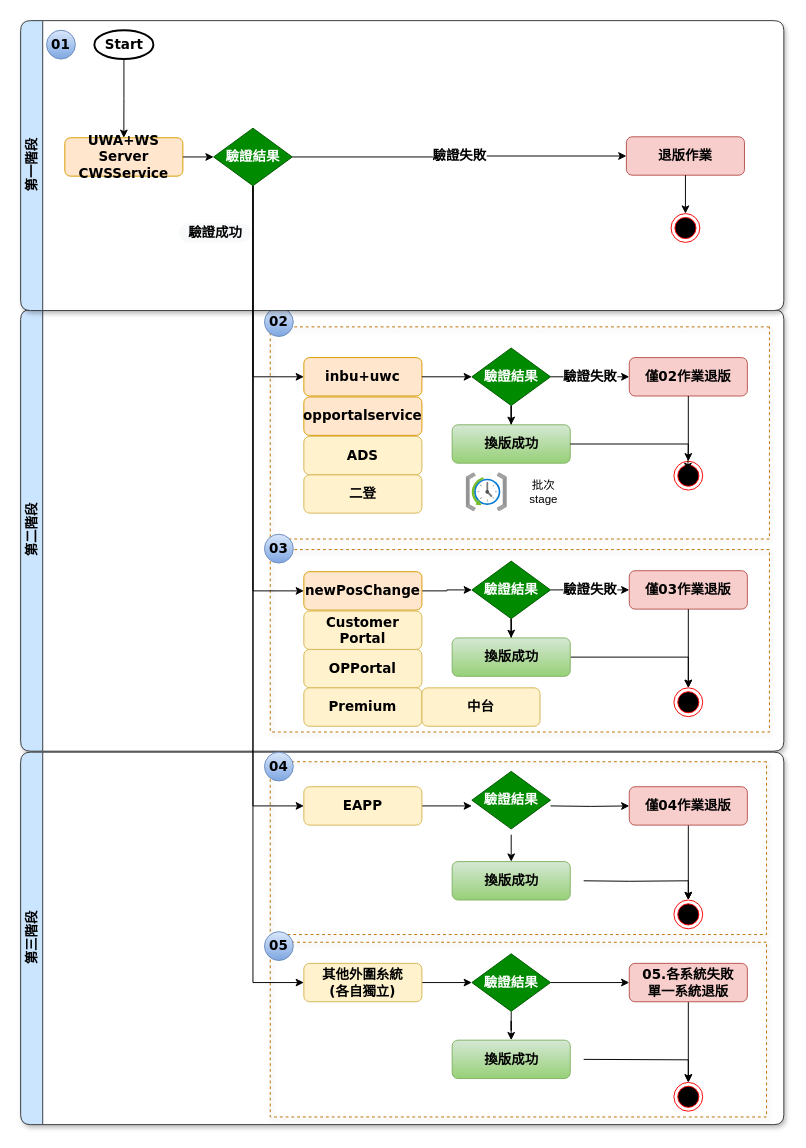
Before: 未命名绘图.drawio in chenegg/chenegg.github.io, a draw.io diagram. Source tidied: cells renumbered, new cells numbered last; positions are measured from the earlier drawing's top-left corner, leaving out a move shared by most shapes. Both pictures are drawn from the tidied source at 96%, with x=0, y=0 at pixel (20, 20).
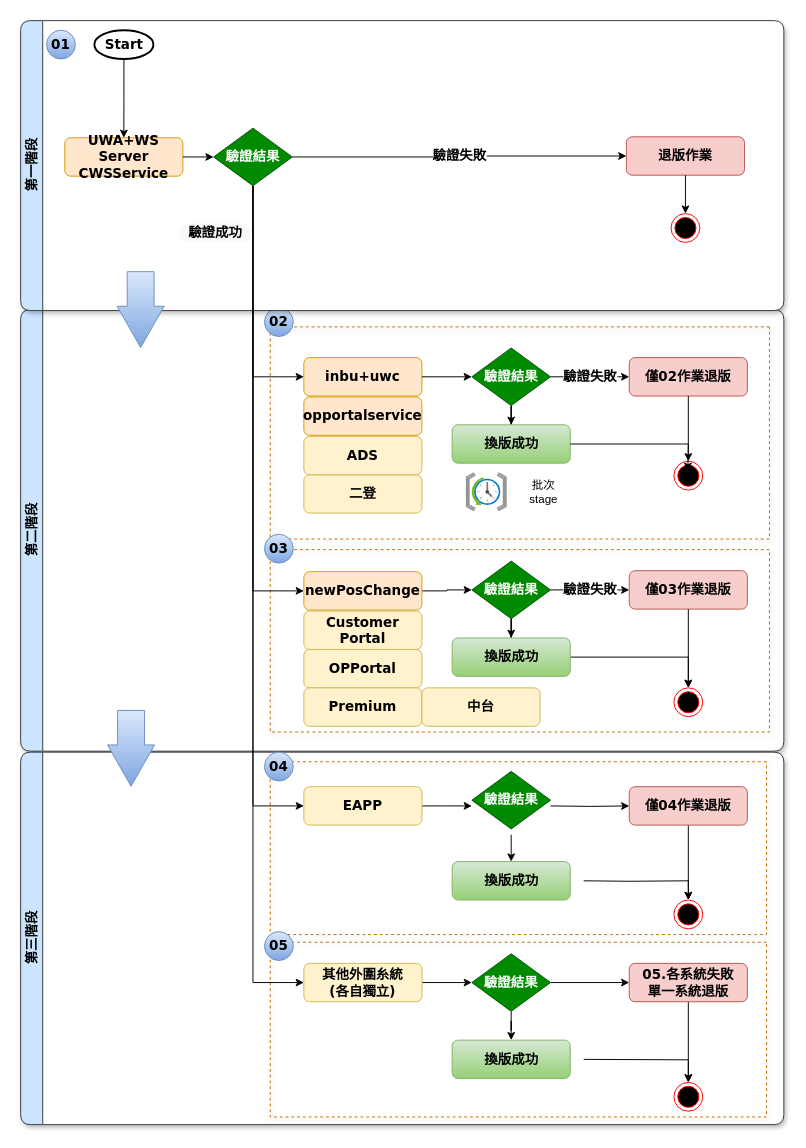
The same diagram, later.

Commit message:
更新未命名绘图.drawio

Unchanged cells that the change refers to:
```xml
<mxCell id="31" value="第三階段" style="swimlane;horizontal=0;whiteSpace=wrap;html=1;rounded=1;shadow=1;fillColor=#cce5ff;strokeColor=#36393d;swimlaneFillColor=default;fontFamily=Verdana;fontSize=14;fontStyle=1;" parent="1" vertex="1">
  <mxGeometry y="762" width="795" height="388" as="geometry" />
</mxCell>
```

Diff of the diagram source:
```diff
@@
+    <mxCell id="77" style="shape=flexArrow;endArrow=classic;html=1;rounded=0;width=28;endSize=14;fillColor=#dae8fc;gradientColor=#7ea6e0;strokeColor=#6c8ebf;" parent="31" edge="1">
+      <mxGeometry relative="1" as="geometry">
+        <mxPoint x="115" y="-44" as="sourcePoint" />
+        <mxPoint x="115" y="36" as="targetPoint" />
+      </mxGeometry>
+    </mxCell>
@@
+    <mxCell id="78" style="shape=flexArrow;endArrow=classic;html=1;rounded=0;width=28;endSize=14;fillColor=#dae8fc;gradientColor=#7ea6e0;strokeColor=#6c8ebf;" parent="1" edge="1">
+      <mxGeometry relative="1" as="geometry">
+        <mxPoint x="125" y="261" as="sourcePoint" />
+        <mxPoint x="125" y="341" as="targetPoint" />
+      </mxGeometry>
+    </mxCell>
```
